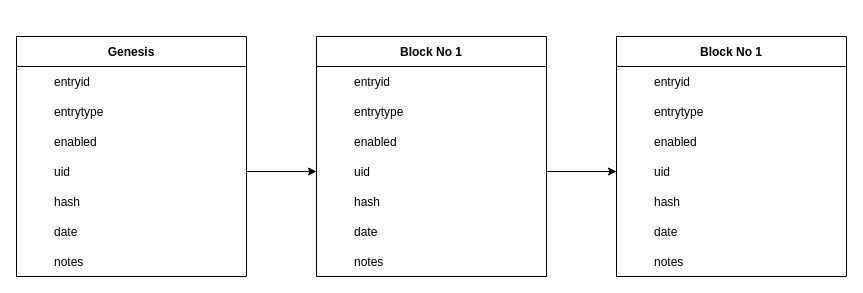
Earlier version of the draw.io diagram Blockchain Untitled Diagram.drawio (purawaktra/my-health-flutter). Source tidied: cells renumbered, new cells numbered last; positions are measured from the earlier drawing's top-left corner, leaving out a move shared by most shapes. Both pictures are drawn from the tidied source at 100%, with x=0, y=0 at pixel (16, 36).
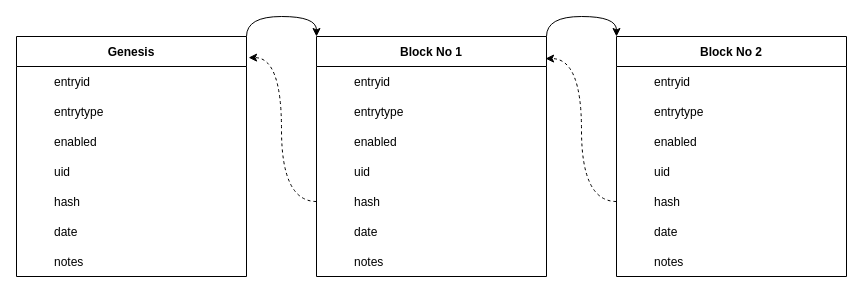
The same diagram, later.

The change refers to these unchanged cells:
```xml
<mxCell id="2" value="Genesis" style="shape=table;startSize=30;childLayout=tableLayout;rowLines=0;fontStyle=1;align=center;rounded=0;horizontal=1;columnLines=0;resizeLastRow=0;swimlaneBody=1;swimlaneHead=1;top=1;bottom=1;left=1;" parent="1" vertex="1">
  <mxGeometry width="230" height="240" as="geometry" />
</mxCell>
<mxCell id="12" style="shape=tableRow;horizontal=0;startSize=0;swimlaneHead=0;swimlaneBody=0;fillColor=none;points=[[0,0.5],[1,0.5]];portConstraint=eastwest;top=0;left=0;right=0;bottom=0;rounded=0;" parent="2" vertex="1">
  <mxGeometry y="120" width="230" height="30" as="geometry" />
</mxCell>
<mxCell id="24" value="Block No 1" style="shape=table;startSize=30;childLayout=tableLayout;rowLines=0;fontStyle=1;align=center;rounded=0;horizontal=1;columnLines=0;resizeLastRow=0;swimlaneBody=1;swimlaneHead=1;top=1;bottom=1;left=1;" parent="1" vertex="1">
  <mxGeometry x="300" width="230" height="240" as="geometry" />
</mxCell>
<mxCell id="34" style="shape=tableRow;horizontal=0;startSize=0;swimlaneHead=0;swimlaneBody=0;fillColor=none;points=[[0,0.5],[1,0.5]];portConstraint=eastwest;top=0;left=0;right=0;bottom=0;rounded=0;" parent="24" vertex="1">
  <mxGeometry y="120" width="230" height="30" as="geometry" />
</mxCell>
<mxCell id="37" style="shape=tableRow;horizontal=0;startSize=0;swimlaneHead=0;swimlaneBody=0;fillColor=none;points=[[0,0.5],[1,0.5]];portConstraint=eastwest;top=0;left=0;right=0;bottom=0;rounded=0;" parent="24" vertex="1">
  <mxGeometry y="150" width="230" height="30" as="geometry" />
</mxCell>
<mxCell id="56" style="shape=tableRow;horizontal=0;startSize=0;swimlaneHead=0;swimlaneBody=0;fillColor=none;points=[[0,0.5],[1,0.5]];portConstraint=eastwest;top=0;left=0;right=0;bottom=0;rounded=0;" parent="46" vertex="1">
  <mxGeometry y="120" width="230" height="30" as="geometry" />
</mxCell>
<mxCell id="59" style="shape=tableRow;horizontal=0;startSize=0;swimlaneHead=0;swimlaneBody=0;fillColor=none;points=[[0,0.5],[1,0.5]];portConstraint=eastwest;top=0;left=0;right=0;bottom=0;rounded=0;" parent="46" vertex="1">
  <mxGeometry y="150" width="230" height="30" as="geometry" />
</mxCell>
```

Change to the diagram source:
```diff
@@
+    <mxCell id="70" style="edgeStyle=orthogonalEdgeStyle;curved=1;rounded=0;jettySize=auto;html=1;exitX=1;exitY=0;exitDx=0;exitDy=0;entryX=0;entryY=0;entryDx=0;entryDy=0;" parent="1" edge="1" source="2" target="24">
+      <mxGeometry relative="1" as="geometry" />
+    </mxCell>
@@
+    <mxCell id="71" style="edgeStyle=orthogonalEdgeStyle;curved=1;rounded=0;jettySize=auto;html=1;exitX=1;exitY=0;exitDx=0;exitDy=0;entryX=0;entryY=0;entryDx=0;entryDy=0;" parent="1" edge="1" source="24" target="46">
+      <mxGeometry relative="1" as="geometry" />
+    </mxCell>
@@
-    <mxCell id="46" value="Block No 1" style="shape=table;startSize=30;childLayout=tableLayout;rowLines=0;fontStyle=1;align=center;rounded=0;horizontal=1;columnLines=0;resizeLastRow=0;swimlaneBody=1;swimlaneHead=1;top=1;bottom=1;left=1;" parent="1" vertex="1">
+    <mxCell id="46" value="Block No 2" style="shape=table;startSize=30;childLayout=tableLayout;rowLines=0;fontStyle=1;align=center;rounded=0;horizontal=1;columnLines=0;resizeLastRow=0;swimlaneBody=1;swimlaneHead=1;top=1;bottom=1;left=1;" parent="1" vertex="1">
       <mxGeometry x="600" width="230" height="240" as="geometry" />
     </mxCell>
@@
-    <mxCell id="68" style="edgeStyle=orthogonalEdgeStyle;rounded=0;jettySize=auto;html=1;exitX=1;exitY=0.5;exitDx=0;exitDy=0;entryX=0;entryY=0.5;entryDx=0;entryDy=0;" parent="1" edge="1" source="12" target="34">
-      <mxGeometry relative="1" as="geometry" />
-    </mxCell>
-    <mxCell id="69" style="edgeStyle=orthogonalEdgeStyle;rounded=0;jettySize=auto;html=1;exitX=1;exitY=0.5;exitDx=0;exitDy=0;entryX=0;entryY=0.5;entryDx=0;entryDy=0;" parent="1" edge="1" source="34" target="56">
-      <mxGeometry relative="1" as="geometry" />
-    </mxCell>
+    <mxCell id="72" style="edgeStyle=orthogonalEdgeStyle;rounded=0;jettySize=auto;html=1;entryX=1.009;entryY=0.088;entryDx=0;entryDy=0;entryPerimeter=0;curved=1;dashed=1;" parent="1" edge="1" source="37" target="2">
+      <mxGeometry relative="1" as="geometry" />
+    </mxCell>
+    <mxCell id="73" style="edgeStyle=orthogonalEdgeStyle;curved=1;rounded=0;jettySize=auto;html=1;entryX=0.996;entryY=0.092;entryDx=0;entryDy=0;entryPerimeter=0;dashed=1;" parent="1" edge="1" source="59" target="24">
+      <mxGeometry relative="1" as="geometry" />
+    </mxCell>
```
